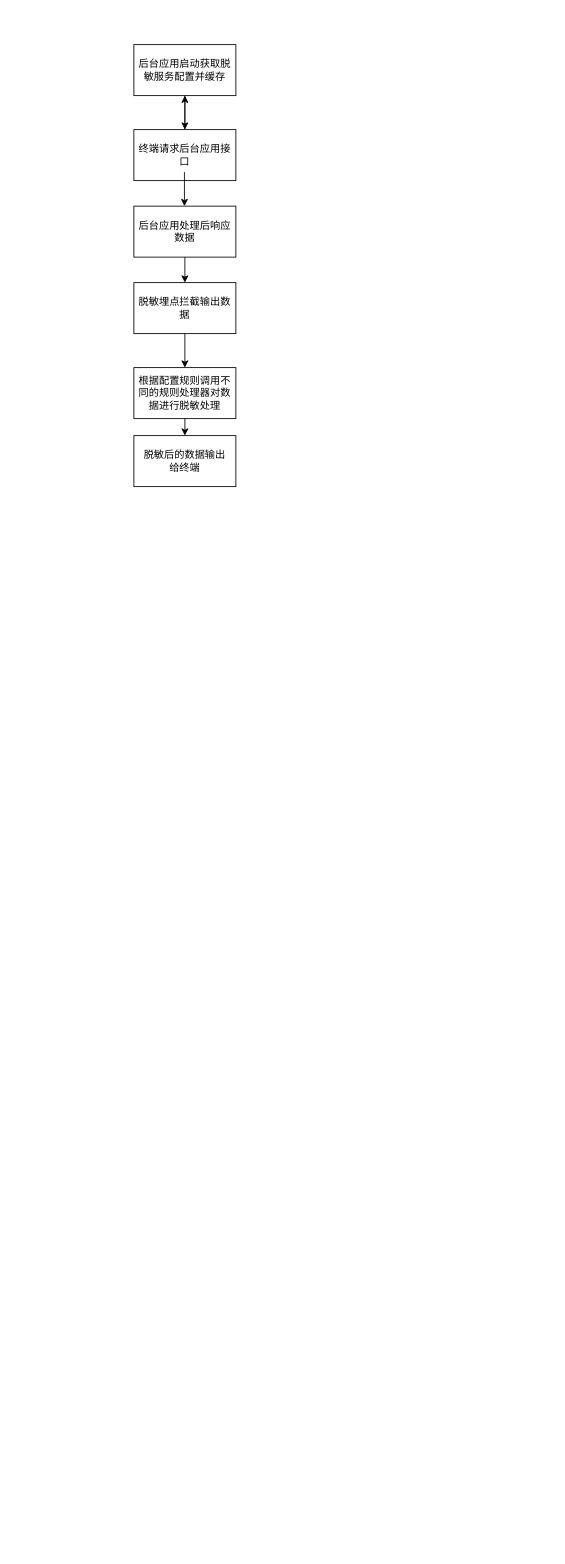
This is Untitled Diagram.drawio from chordcreater/chordcreater.github.io, a draw.io file, before an edit. Source tidied: cells renumbered, new cells numbered last; positions are measured from the earlier drawing's top-left corner, leaving out a move shared by most shapes. Both pictures are drawn from the tidied source at 85%, with x=0, y=0 at pixel (133, 44).
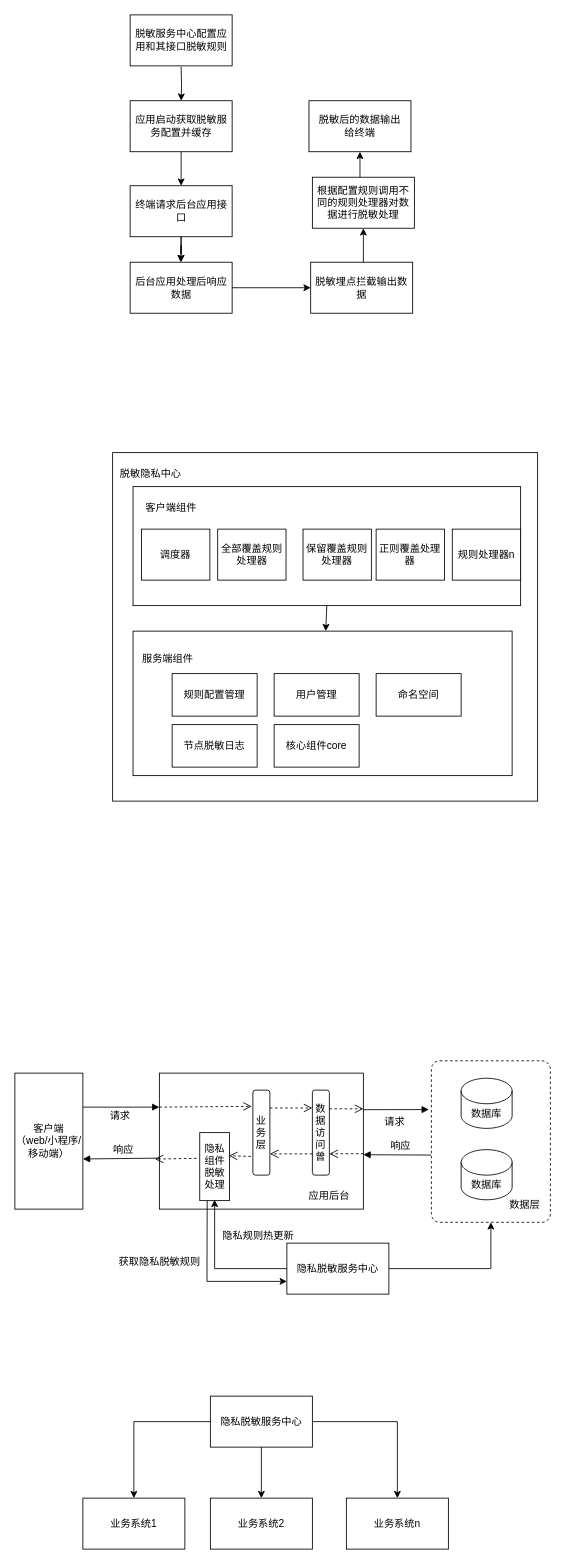
The same diagram, later.

Diff of the diagram source:
```diff
@@
+    <mxCell id="14" style="rounded=0;whiteSpace=wrap;html=1;strokeColor=default;fontFamily=Helvetica;fontSize=12;fontColor=default;fillColor=default;" parent="1" vertex="1">
+      <mxGeometry x="30" y="1210" width="240" height="160" as="geometry" />
+    </mxCell>
+    <mxCell id="15" style="rounded=0;whiteSpace=wrap;html=1;" parent="1" vertex="1">
+      <mxGeometry x="-25" y="480" width="500" height="410" as="geometry" />
+    </mxCell>
-    <mxCell id="2" value="后台应用启动获取脱敏服务配置并缓存" style="rounded=0;whiteSpace=wrap;html=1;" parent="1" vertex="1">
-      <mxGeometry width="120" height="60" as="geometry" />
+    <mxCell id="2" value="应用启动获取脱敏服务配置并缓存" style="rounded=0;whiteSpace=wrap;html=1;" parent="1" vertex="1">
+      <mxGeometry x="-4.4" y="66" width="120" height="60" as="geometry" />
     </mxCell>
-    <mxCell id="3" style="edgeStyle=orthogonalEdgeStyle;rounded=0;jettySize=auto;html=1;" parent="1" edge="1" source="4" target="2">
+    <mxCell id="3" style="edgeStyle=orthogonalEdgeStyle;rounded=0;jettySize=auto;html=1;exitX=0.5;exitY=1;exitDx=0;exitDy=0;entryX=0.5;entryY=0;entryDx=0;entryDy=0;" parent="1" edge="1" source="2" target="4">
       <mxGeometry relative="1" as="geometry" />
     </mxCell>
+    <mxCell id="16" style="edgeStyle=orthogonalEdgeStyle;rounded=0;jettySize=auto;html=1;" parent="1" edge="1" source="4" target="5">
+      <mxGeometry relative="1" as="geometry" />
+    </mxCell>
     <mxCell id="4" value="终端请求后台应用接口" style="rounded=0;whiteSpace=wrap;html=1;" parent="1" vertex="1">
-      <mxGeometry y="100" width="120" height="60" as="geometry" />
+      <mxGeometry x="-4.4" y="166" width="120" height="60" as="geometry" />
     </mxCell>
     <mxCell id="5" value="后台应用处理后响应数据" style="rounded=0;whiteSpace=wrap;html=1;" parent="1" vertex="1">
-      <mxGeometry y="190" width="120" height="60" as="geometry" />
+      <mxGeometry x="-4.4" y="256" width="120" height="60" as="geometry" />
     </mxCell>
     <mxCell id="6" value="脱敏埋点拦截输出数据" style="rounded=0;whiteSpace=wrap;html=1;" parent="1" vertex="1">
-      <mxGeometry y="280" width="120" height="60" as="geometry" />
+      <mxGeometry x="208" y="256" width="120" height="60" as="geometry" />
     </mxCell>
-    <mxCell id="7" style="endArrow=classic;html=1;rounded=0;exitX=0.5;exitY=1;exitDx=0;exitDy=0;" parent="1" edge="1" source="2" target="4">
-      <mxGeometry relative="1" as="geometry" />
-    </mxCell>
     <mxCell id="8" value="根据配置规则调用不同的规则处理器对数据进行脱敏处理" style="rounded=0;whiteSpace=wrap;html=1;" parent="1" vertex="1">
-      <mxGeometry y="380" width="120" height="60" as="geometry" />
+      <mxGeometry x="210" y="156" width="120" height="60" as="geometry" />
     </mxCell>
     <mxCell id="9" value="脱敏后的数据输出&lt;br&gt;给终端" style="rounded=0;whiteSpace=wrap;html=1;" parent="1" vertex="1">
-      <mxGeometry y="460" width="120" height="60" as="geometry" />
+      <mxGeometry x="206" y="66" width="120" height="60" as="geometry" />
     </mxCell>
-    <mxCell id="10" style="endArrow=classic;html=1;rounded=0;exitX=0.5;exitY=1;exitDx=0;exitDy=0;" parent="1" edge="1">
+    <mxCell id="10" style="endArrow=classic;html=1;rounded=0;" parent="1" edge="1">
       <mxGeometry relative="1" as="geometry">
-        <mxPoint x="59.5" y="150" as="sourcePoint" />
-        <mxPoint x="59.5" y="190" as="targetPoint" />
+        <mxPoint x="55.6" y="226" as="sourcePoint" />
+        <mxPoint x="55.1" y="256" as="targetPoint" />
       </mxGeometry>
     </mxCell>
-    <mxCell id="11" style="endArrow=classic;html=1;rounded=0;exitX=0.5;exitY=1;exitDx=0;exitDy=0;entryX=0.5;entryY=0;entryDx=0;entryDy=0;" parent="1" edge="1" source="5" target="6">
+    <mxCell id="11" style="endArrow=classic;html=1;rounded=0;exitX=1;exitY=0.5;exitDx=0;exitDy=0;entryX=0;entryY=0.5;entryDx=0;entryDy=0;" parent="1" edge="1" source="5" target="6">
       <mxGeometry relative="1" as="geometry" />
     </mxCell>
-    <mxCell id="12" style="endArrow=classic;html=1;rounded=0;entryX=0.5;entryY=0;entryDx=0;entryDy=0;exitX=0.5;exitY=1;exitDx=0;exitDy=0;" parent="1" edge="1" source="6" target="8">
-      <mxGeometry relative="1" as="geometry" />
+    <mxCell id="12" style="endArrow=classic;html=1;rounded=0;" parent="1" edge="1">
+      <mxGeometry relative="1" as="geometry">
+        <mxPoint x="270" y="256" as="sourcePoint" />
+        <mxPoint x="270" y="216" as="targetPoint" />
+      </mxGeometry>
     </mxCell>
-    <mxCell id="13" style="endArrow=classic;html=1;rounded=0;entryX=0.5;entryY=0;entryDx=0;entryDy=0;exitX=0.5;exitY=1;exitDx=0;exitDy=0;" parent="1" edge="1" source="8" target="9">
-      <mxGeometry relative="1" as="geometry" />
+    <mxCell id="13" style="endArrow=classic;html=1;rounded=0;entryX=0.5;entryY=1;entryDx=0;entryDy=0;" parent="1" edge="1" target="9">
+      <mxGeometry relative="1" as="geometry">
+        <mxPoint x="266" y="156" as="sourcePoint" />
+      </mxGeometry>
     </mxCell>
+    <mxCell id="17" style="rounded=0;whiteSpace=wrap;html=1;" parent="1" vertex="1">
+      <mxGeometry x="-1" y="690" width="446" height="170" as="geometry" />
+    </mxCell>
+    <mxCell id="18" value="服务端组件" style="text;html=1;strokeColor=none;fillColor=none;align=center;verticalAlign=middle;whiteSpace=wrap;rounded=0;" parent="1" vertex="1">
+      <mxGeometry x="-5" y="690" width="90" height="65" as="geometry" />
+    </mxCell>
+    <mxCell id="19" style="group;" parent="1" vertex="1">
+      <mxGeometry x="-1" y="520" width="456" height="140" as="geometry" />
+    </mxCell>
+    <mxCell id="20" style="rounded=0;whiteSpace=wrap;html=1;" parent="19" vertex="1">
+      <mxGeometry width="456" height="140" as="geometry" />
+    </mxCell>
+    <mxCell id="21" value="客户端组件" style="text;html=1;strokeColor=none;fillColor=none;align=center;verticalAlign=middle;whiteSpace=wrap;rounded=0;" parent="19" vertex="1">
+      <mxGeometry x="-10" width="109.6" height="50" as="geometry" />
+    </mxCell>
+    <mxCell id="22" value="全部覆盖规则处理器" style="rounded=0;whiteSpace=wrap;html=1;" parent="19" vertex="1">
+      <mxGeometry x="99.6" y="50" width="80.4" height="60" as="geometry" />
+    </mxCell>
+    <mxCell id="23" value="保留覆盖规则处理器" style="rounded=0;whiteSpace=wrap;html=1;" parent="19" vertex="1">
+      <mxGeometry x="200" y="50" width="80.4" height="60" as="geometry" />
+    </mxCell>
+    <mxCell id="24" value="规则处理器n" style="rounded=0;whiteSpace=wrap;html=1;" parent="19" vertex="1">
+      <mxGeometry x="375.6" y="50" width="80.4" height="60" as="geometry" />
+    </mxCell>
+    <mxCell id="25" value="调度器" style="rounded=0;whiteSpace=wrap;html=1;" parent="19" vertex="1">
+      <mxGeometry x="10" y="50" width="80.4" height="60" as="geometry" />
+    </mxCell>
+    <mxCell id="26" value="正则覆盖处理器" style="rounded=0;whiteSpace=wrap;html=1;" parent="19" vertex="1">
+      <mxGeometry x="286" y="50" width="80.4" height="60" as="geometry" />
+    </mxCell>
+    <mxCell id="27" value="规则配置管理" style="rounded=0;whiteSpace=wrap;html=1;" parent="1" vertex="1">
+      <mxGeometry x="45" y="740" width="100" height="50" as="geometry" />
+    </mxCell>
+    <mxCell id="28" value="用户管理" style="rounded=0;whiteSpace=wrap;html=1;" parent="1" vertex="1">
+      <mxGeometry x="165" y="740" width="100" height="50" as="geometry" />
+    </mxCell>
+    <mxCell id="29" value="命名空间" style="rounded=0;whiteSpace=wrap;html=1;" parent="1" vertex="1">
+      <mxGeometry x="285" y="740" width="100" height="50" as="geometry" />
+    </mxCell>
+    <mxCell id="30" value="脱敏隐私中心" style="text;html=1;strokeColor=none;fillColor=none;align=center;verticalAlign=middle;whiteSpace=wrap;rounded=0;" parent="1" vertex="1">
+      <mxGeometry x="-35" y="480" width="109.6" height="50" as="geometry" />
+    </mxCell>
+    <mxCell id="31" style="endArrow=classic;html=1;rounded=0;exitX=0.5;exitY=1;exitDx=0;exitDy=0;" parent="1" edge="1" source="20" target="17">
+      <mxGeometry relative="1" as="geometry" />
+    </mxCell>
+    <mxCell id="32" value="核心组件core" style="rounded=0;whiteSpace=wrap;html=1;" parent="1" vertex="1">
+      <mxGeometry x="165" y="800" width="100" height="50" as="geometry" />
+    </mxCell>
+    <mxCell id="33" value="节点脱敏日志" style="rounded=0;whiteSpace=wrap;html=1;" parent="1" vertex="1">
+      <mxGeometry x="45" y="800" width="100" height="50" as="geometry" />
+    </mxCell>
+    <mxCell id="34" value="脱敏服务中心配置应用和其接口脱敏规则" style="rounded=0;whiteSpace=wrap;html=1;" parent="1" vertex="1">
+      <mxGeometry x="-4.4" y="-35" width="120" height="60" as="geometry" />
+    </mxCell>
+    <mxCell id="35" style="edgeStyle=orthogonalEdgeStyle;rounded=0;jettySize=auto;html=1;exitX=0.5;exitY=1;exitDx=0;exitDy=0;entryX=0.5;entryY=0;entryDx=0;entryDy=0;" parent="1" edge="1" target="2">
+      <mxGeometry relative="1" as="geometry">
+        <mxPoint x="55.6" y="26" as="sourcePoint" />
+      </mxGeometry>
+    </mxCell>
+    <mxCell id="36" value="应用后台" style="text;html=1;strokeColor=none;fillColor=none;align=center;verticalAlign=middle;whiteSpace=wrap;rounded=0;fontSize=12;fontFamily=Helvetica;fontColor=default;" parent="1" vertex="1">
+      <mxGeometry x="200" y="1340" width="60" height="30" as="geometry" />
+    </mxCell>
+    <mxCell id="37" style="endArrow=classic;html=1;rounded=0;fontFamily=Helvetica;fontSize=12;fontColor=default;exitX=1;exitY=0.5;exitDx=0;exitDy=0;entryX=0.5;entryY=1;entryDx=0;entryDy=0;" parent="1" edge="1" source="62" target="46">
+      <mxGeometry relative="1" as="geometry">
+        <Array as="points">
+          <mxPoint x="420" y="1440" />
+        </Array>
+      </mxGeometry>
+    </mxCell>
+    <mxCell id="38" value="业务层" style="rounded=1;whiteSpace=wrap;html=1;strokeColor=default;fontFamily=Helvetica;fontSize=12;fontColor=default;fillColor=default;" parent="1" vertex="1">
+      <mxGeometry x="140" y="1230" width="20" height="100" as="geometry" />
+    </mxCell>
+    <mxCell id="39" value="客户端&lt;br&gt;（web/小程序/移动端）" style="rounded=0;whiteSpace=wrap;html=1;strokeColor=default;fontFamily=Helvetica;fontSize=12;fontColor=default;fillColor=default;" parent="1" vertex="1">
+      <mxGeometry x="-140" y="1210" width="80" height="160" as="geometry" />
+    </mxCell>
+    <mxCell id="40" value="请求" style="html=1;verticalAlign=bottom;labelBackgroundColor=none;endArrow=block;endFill=1;endSize=6;align=left;rounded=0;fontFamily=Helvetica;fontSize=12;fontColor=default;exitX=1;exitY=0.25;exitDx=0;exitDy=0;" parent="1" edge="1" source="39">
+      <mxGeometry x="-0.33" y="-20" relative="1" as="geometry">
+        <mxPoint x="30" y="1250" as="targetPoint" />
+        <Array as="points">
+          <mxPoint y="1250" />
+        </Array>
+      </mxGeometry>
+    </mxCell>
+    <mxCell id="41" value="请求" style="html=1;verticalAlign=bottom;labelBackgroundColor=none;endArrow=block;endFill=1;endSize=6;align=left;rounded=0;fontFamily=Helvetica;fontSize=12;fontColor=default;entryX=-0.021;entryY=0.302;entryDx=0;entryDy=0;entryPerimeter=0;" parent="1" edge="1" target="46">
+      <mxGeometry x="-0.4" y="-23" relative="1" as="geometry">
+        <mxPoint x="270" y="1253" as="sourcePoint" />
+      </mxGeometry>
+    </mxCell>
+    <mxCell id="42" value="响应" style="html=1;verticalAlign=bottom;labelBackgroundColor=none;endArrow=block;endFill=1;endSize=6;align=left;rounded=0;fontFamily=Helvetica;fontSize=12;fontColor=default;exitX=-0.002;exitY=0.652;exitDx=0;exitDy=0;exitPerimeter=0;" parent="1" edge="1">
+      <mxGeometry x="0.25" y="-1" relative="1" as="geometry">
+        <mxPoint x="349.7" y="1306.4" as="sourcePoint" />
+        <mxPoint x="270" y="1306" as="targetPoint" />
+      </mxGeometry>
+    </mxCell>
+    <mxCell id="43" value="响应" style="html=1;verticalAlign=bottom;labelBackgroundColor=none;endArrow=block;endFill=1;endSize=6;align=left;rounded=0;fontFamily=Helvetica;fontSize=12;fontColor=default;" parent="1" edge="1">
+      <mxGeometry x="0.25" y="-1" relative="1" as="geometry">
+        <mxPoint x="30" y="1310" as="sourcePoint" />
+        <mxPoint x="-60" y="1311" as="targetPoint" />
+      </mxGeometry>
+    </mxCell>
+    <mxCell id="44" value="隐私组件脱敏处理" style="rounded=0;whiteSpace=wrap;html=1;strokeColor=default;fontFamily=Helvetica;fontSize=12;fontColor=default;fillColor=default;" parent="1" vertex="1">
+      <mxGeometry x="77.5" y="1280" width="35" height="80" as="geometry" />
+    </mxCell>
+    <mxCell id="45" style="group;" parent="1" vertex="1">
+      <mxGeometry x="350" y="1195.5" width="140" height="190" as="geometry" />
+    </mxCell>
+    <mxCell id="46" style="html=1;align=center;verticalAlign=top;rounded=1;absoluteArcSize=1;arcSize=20;dashed=1;whiteSpace=wrap;strokeColor=default;fontFamily=Helvetica;fontSize=12;fontColor=default;fillColor=default;" parent="45" vertex="1">
+      <mxGeometry width="140" height="190" as="geometry" />
+    </mxCell>
+    <mxCell id="47" value="数据库" style="shape=cylinder3;whiteSpace=wrap;html=1;boundedLbl=1;backgroundOutline=1;size=15;rounded=0;strokeColor=default;fontFamily=Helvetica;fontSize=12;fontColor=default;fillColor=default;" parent="45" vertex="1">
+      <mxGeometry x="35" y="104.5" width="60" height="59" as="geometry" />
+    </mxCell>
+    <mxCell id="48" value="数据库" style="shape=cylinder3;whiteSpace=wrap;html=1;boundedLbl=1;backgroundOutline=1;size=15;rounded=0;strokeColor=default;fontFamily=Helvetica;fontSize=12;fontColor=default;fillColor=default;" parent="45" vertex="1">
+      <mxGeometry x="35" y="20.5" width="60" height="59" as="geometry" />
+    </mxCell>
+    <mxCell id="49" value="数据层" style="text;html=1;strokeColor=none;fillColor=none;align=center;verticalAlign=middle;whiteSpace=wrap;rounded=0;fontSize=12;fontFamily=Helvetica;fontColor=default;" parent="45" vertex="1">
+      <mxGeometry x="80" y="154.5" width="60" height="30" as="geometry" />
+    </mxCell>
+    <mxCell id="50" value="数据访问曾" style="rounded=1;whiteSpace=wrap;html=1;strokeColor=default;fontFamily=Helvetica;fontSize=12;fontColor=default;fillColor=default;" parent="1" vertex="1">
+      <mxGeometry x="210" y="1230" width="20" height="100" as="geometry" />
+    </mxCell>
+    <mxCell id="51" style="endArrow=classic;html=1;rounded=0;fontFamily=Helvetica;fontSize=12;fontColor=default;exitX=0.25;exitY=1;exitDx=0;exitDy=0;entryX=0;entryY=0.75;entryDx=0;entryDy=0;" parent="1" edge="1" source="44">
+      <mxGeometry relative="1" as="geometry">
+        <mxPoint x="180" y="1455" as="targetPoint" />
+        <Array as="points">
+          <mxPoint x="86" y="1455" />
+        </Array>
+      </mxGeometry>
+    </mxCell>
+    <mxCell id="52" value="获取隐私脱敏规则" style="edgeLabel;html=1;align=center;verticalAlign=middle;rounded=0;strokeColor=default;fontFamily=Helvetica;fontSize=12;fontColor=default;fillColor=default;" parent="51" vertex="1">
+      <mxGeometry relative="1" as="geometry">
+        <mxPoint x="-56" y="-24" as="offset" />
+      </mxGeometry>
+    </mxCell>
+    <mxCell id="53" style="endArrow=open;startArrow=none;endFill=0;startFill=0;endSize=8;html=1;verticalAlign=bottom;dashed=1;labelBackgroundColor=none;rounded=0;fontFamily=Helvetica;fontSize=12;fontColor=default;exitX=1;exitY=0.25;exitDx=0;exitDy=0;entryX=0;entryY=0.25;entryDx=0;entryDy=0;" parent="1" edge="1">
+      <mxGeometry relative="1" as="geometry">
+        <mxPoint x="160" y="1251" as="sourcePoint" />
+        <mxPoint x="210" y="1251" as="targetPoint" />
+      </mxGeometry>
+    </mxCell>
+    <mxCell id="54" style="endArrow=open;startArrow=none;endFill=0;startFill=0;endSize=8;html=1;verticalAlign=bottom;dashed=1;labelBackgroundColor=none;rounded=0;fontFamily=Helvetica;fontSize=12;fontColor=default;exitX=1;exitY=0.25;exitDx=0;exitDy=0;" parent="1" edge="1">
+      <mxGeometry relative="1" as="geometry">
+        <mxPoint x="230" y="1252" as="sourcePoint" />
+        <mxPoint x="270" y="1252" as="targetPoint" />
+      </mxGeometry>
+    </mxCell>
+    <mxCell id="55" style="endArrow=open;startArrow=none;endFill=0;startFill=0;endSize=8;html=1;verticalAlign=bottom;dashed=1;labelBackgroundColor=none;rounded=0;fontFamily=Helvetica;fontSize=12;fontColor=default;entryX=1;entryY=0.75;entryDx=0;entryDy=0;exitX=0;exitY=0.75;exitDx=0;exitDy=0;" parent="1" edge="1" source="50" target="38">
+      <mxGeometry relative="1" as="geometry" />
+    </mxCell>
+    <mxCell id="56" style="endArrow=open;startArrow=none;endFill=0;startFill=0;endSize=8;html=1;verticalAlign=bottom;dashed=1;labelBackgroundColor=none;rounded=0;fontFamily=Helvetica;fontSize=12;fontColor=default;exitX=-0.113;exitY=0.83;exitDx=0;exitDy=0;exitPerimeter=0;entryX=0.981;entryY=0.401;entryDx=0;entryDy=0;entryPerimeter=0;" parent="1" edge="1">
+      <mxGeometry relative="1" as="geometry">
+        <mxPoint x="137.7" y="1308" as="sourcePoint" />
+        <mxPoint x="111.8" y="1307.1" as="targetPoint" />
+      </mxGeometry>
+    </mxCell>
+    <mxCell id="57" style="endArrow=open;startArrow=none;endFill=0;startFill=0;endSize=8;html=1;verticalAlign=bottom;dashed=1;labelBackgroundColor=none;rounded=0;fontFamily=Helvetica;fontSize=12;fontColor=default;exitX=-0.108;exitY=0.378;exitDx=0;exitDy=0;exitPerimeter=0;entryX=-0.022;entryY=0.632;entryDx=0;entryDy=0;entryPerimeter=0;" parent="1" edge="1" source="44" target="14">
+      <mxGeometry relative="1" as="geometry" />
+    </mxCell>
+    <mxCell id="58" style="endArrow=open;startArrow=none;endFill=0;startFill=0;endSize=8;html=1;verticalAlign=bottom;dashed=1;labelBackgroundColor=none;rounded=0;fontFamily=Helvetica;fontSize=12;fontColor=default;entryX=1;entryY=0.75;entryDx=0;entryDy=0;exitX=1.001;exitY=0.592;exitDx=0;exitDy=0;exitPerimeter=0;" parent="1" edge="1" source="14" target="50">
+      <mxGeometry relative="1" as="geometry" />
+    </mxCell>
+    <mxCell id="59" style="endArrow=open;startArrow=none;endFill=0;startFill=0;endSize=8;html=1;verticalAlign=bottom;dashed=1;labelBackgroundColor=none;rounded=0;fontFamily=Helvetica;fontSize=12;fontColor=default;exitX=0;exitY=0.25;exitDx=0;exitDy=0;entryX=-0.067;entryY=0.191;entryDx=0;entryDy=0;entryPerimeter=0;" parent="1" edge="1" source="14" target="38">
+      <mxGeometry relative="1" as="geometry" />
+    </mxCell>
+    <mxCell id="60" style="endArrow=classic;html=1;rounded=0;fontFamily=Helvetica;fontSize=12;fontColor=default;exitX=0;exitY=0.5;exitDx=0;exitDy=0;entryX=0.5;entryY=1;entryDx=0;entryDy=0;" parent="1" edge="1">
+      <mxGeometry relative="1" as="geometry">
+        <mxPoint x="180" y="1440" as="sourcePoint" />
+        <mxPoint x="95" y="1359" as="targetPoint" />
+        <Array as="points">
+          <mxPoint x="95" y="1440" />
+        </Array>
+      </mxGeometry>
+    </mxCell>
+    <mxCell id="61" value="隐私规则热更新" style="edgeLabel;html=1;align=center;verticalAlign=middle;rounded=0;strokeColor=default;fontFamily=Helvetica;fontSize=12;fontColor=default;fillColor=default;" parent="60" vertex="1">
+      <mxGeometry relative="1" as="geometry">
+        <mxPoint x="48" y="-39" as="offset" />
+      </mxGeometry>
+    </mxCell>
+    <mxCell id="62" value="隐私脱敏服务中心" style="rounded=0;whiteSpace=wrap;html=1;strokeColor=default;fontFamily=Helvetica;fontSize=12;fontColor=default;fillColor=default;" parent="1" vertex="1">
+      <mxGeometry x="180" y="1410" width="120" height="60" as="geometry" />
+    </mxCell>
+    <mxCell id="63" value="隐私脱敏服务中心" style="rounded=0;whiteSpace=wrap;html=1;strokeColor=default;fontFamily=Helvetica;fontSize=12;fontColor=default;fillColor=default;" parent="1" vertex="1">
+      <mxGeometry x="90" y="1590" width="120" height="60" as="geometry" />
+    </mxCell>
+    <mxCell id="64" value="业务系统1" style="rounded=0;whiteSpace=wrap;html=1;strokeColor=default;fontFamily=Helvetica;fontSize=12;fontColor=default;fillColor=default;" parent="1" vertex="1">
+      <mxGeometry x="-60" y="1710" width="120" height="60" as="geometry" />
+    </mxCell>
+    <mxCell id="65" value="业务系统2" style="rounded=0;whiteSpace=wrap;html=1;strokeColor=default;fontFamily=Helvetica;fontSize=12;fontColor=default;fillColor=default;" parent="1" vertex="1">
+      <mxGeometry x="90" y="1710" width="120" height="60" as="geometry" />
+    </mxCell>
+    <mxCell id="66" value="业务系统n" style="rounded=0;whiteSpace=wrap;html=1;strokeColor=default;fontFamily=Helvetica;fontSize=12;fontColor=default;fillColor=default;" parent="1" vertex="1">
+      <mxGeometry x="250" y="1710" width="120" height="60" as="geometry" />
+    </mxCell>
+    <mxCell id="67" style="endArrow=classic;html=1;rounded=0;fontFamily=Helvetica;fontSize=12;fontColor=default;exitX=0;exitY=0.5;exitDx=0;exitDy=0;entryX=0.5;entryY=0;entryDx=0;entryDy=0;" parent="1" edge="1" source="63" target="64">
+      <mxGeometry relative="1" as="geometry">
+        <Array as="points">
+          <mxPoint y="1620" />
+        </Array>
+      </mxGeometry>
+    </mxCell>
+    <mxCell id="68" style="edgeLabel;html=1;align=center;verticalAlign=middle;rounded=0;strokeColor=default;fontFamily=Helvetica;fontSize=12;fontColor=default;fillColor=default;" parent="67" vertex="1">
+      <mxGeometry relative="1" as="geometry">
+        <mxPoint x="-56" y="-24" as="offset" />
+      </mxGeometry>
+    </mxCell>
+    <mxCell id="69" style="endArrow=classic;html=1;rounded=0;fontFamily=Helvetica;fontSize=12;fontColor=default;exitX=0.5;exitY=1;exitDx=0;exitDy=0;entryX=0.5;entryY=0;entryDx=0;entryDy=0;" parent="1" edge="1" source="63" target="65">
+      <mxGeometry relative="1" as="geometry" />
+    </mxCell>
+    <mxCell id="70" style="edgeLabel;html=1;align=center;verticalAlign=middle;rounded=0;strokeColor=default;fontFamily=Helvetica;fontSize=12;fontColor=default;fillColor=default;" parent="69" vertex="1">
+      <mxGeometry relative="1" as="geometry">
+        <mxPoint x="-56" y="-24" as="offset" />
+      </mxGeometry>
+    </mxCell>
+    <mxCell id="71" style="endArrow=classic;html=1;rounded=0;fontFamily=Helvetica;fontSize=12;fontColor=default;exitX=1;exitY=0.5;exitDx=0;exitDy=0;entryX=0.5;entryY=0;entryDx=0;entryDy=0;" parent="1" edge="1" source="63" target="66">
+      <mxGeometry relative="1" as="geometry">
+        <Array as="points">
+          <mxPoint x="310" y="1620" />
+        </Array>
+      </mxGeometry>
+    </mxCell>
+    <mxCell id="72" style="edgeLabel;html=1;align=center;verticalAlign=middle;rounded=0;strokeColor=default;fontFamily=Helvetica;fontSize=12;fontColor=default;fillColor=default;" parent="71" vertex="1">
+      <mxGeometry relative="1" as="geometry">
+        <mxPoint x="-56" y="-24" as="offset" />
+      </mxGeometry>
+    </mxCell>
```
